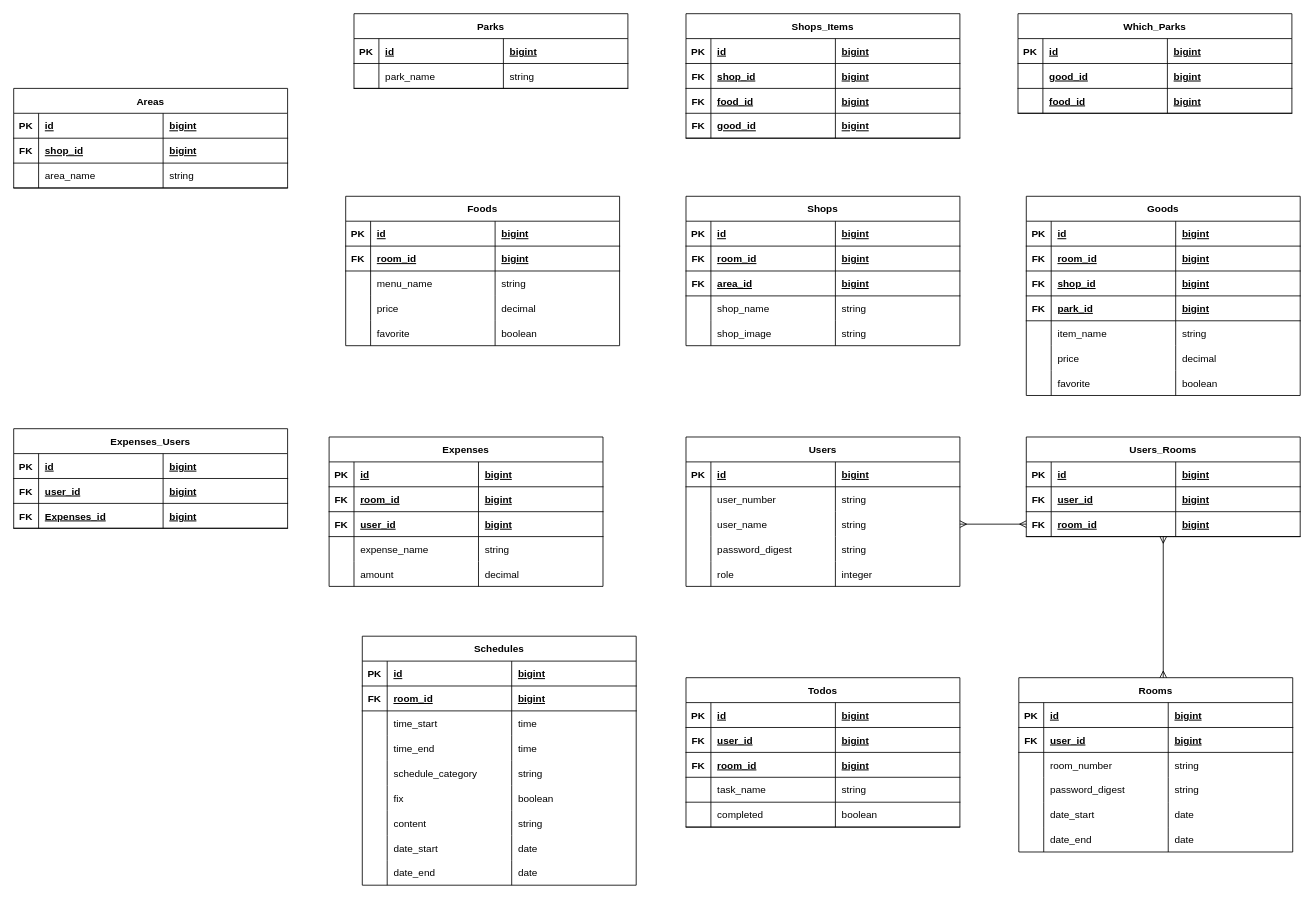
The draw.io diagram schedule_ER.dio in harumakimaki48/schedule, before the edit. Source tidied: cells renumbered, new cells numbered last; positions are measured from the earlier drawing's top-left corner, leaving out a move shared by most shapes. Both pictures are drawn from the tidied source at 83%, with x=0, y=0 at pixel (13, 13).
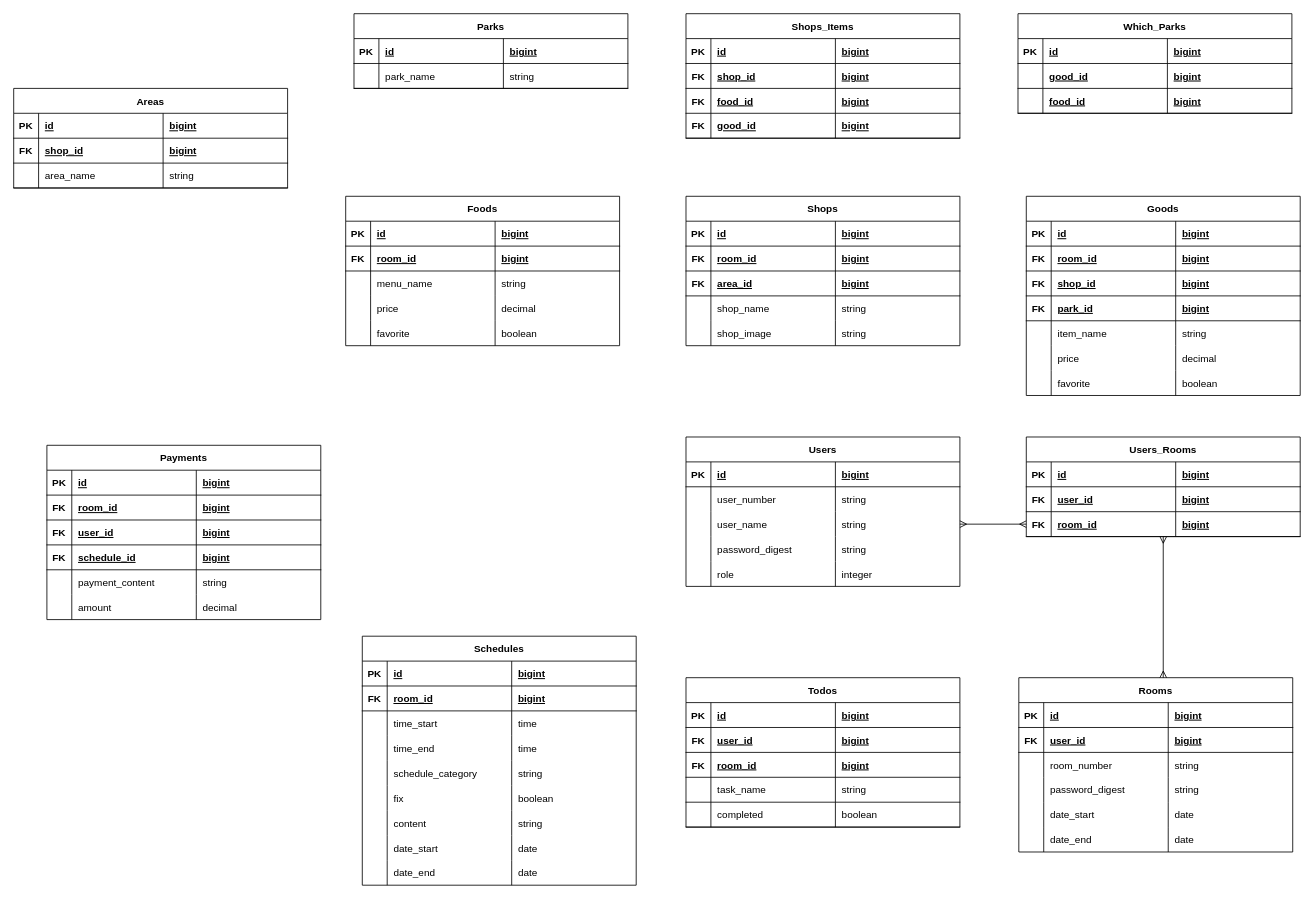
Above is the later version.

The edit, as a diff of the source:
```diff
@@
-    <mxCell id="135" value="Expenses" style="shape=table;startSize=30;childLayout=tableLayout;rowLines=0;fontStyle=1;align=center;" parent="1" vertex="1">
-      <mxGeometry x="380" y="510" width="330" height="180" as="geometry" />
+    <mxCell id="135" value="Payments" style="shape=table;startSize=30;childLayout=tableLayout;rowLines=0;fontStyle=1;align=center;" parent="1" vertex="1">
+      <mxGeometry x="40" y="520" width="330" height="210" as="geometry" />
     </mxCell>
@@
+    <mxCell id="280" style="shape=tableRow;horizontal=0;startSize=0;swimlaneHead=0;swimlaneBody=0;fillColor=none;top=0;left=0;right=0;bottom=1;" parent="135" vertex="1">
+      <mxGeometry y="120" width="330" height="30" as="geometry" />
+    </mxCell>
+    <mxCell id="281" value="FK" style="shape=partialRectangle;fillColor=none;top=0;left=0;bottom=0;right=0;fontStyle=1;overflow=hidden;" parent="280" vertex="1">
+      <mxGeometry width="30" height="30" as="geometry" />
+    </mxCell>
+    <mxCell id="282" value="schedule_id" style="shape=partialRectangle;fillColor=none;top=0;left=0;bottom=0;right=0;align=left;spacingLeft=6;fontStyle=5;overflow=hidden;" parent="280" vertex="1">
+      <mxGeometry x="30" width="150" height="30" as="geometry" />
+    </mxCell>
+    <mxCell id="283" value="bigint" style="shape=partialRectangle;fillColor=none;top=0;left=0;bottom=0;right=0;align=left;spacingLeft=6;fontStyle=5;overflow=hidden;" parent="280" vertex="1">
+      <mxGeometry x="180" width="150" height="30" as="geometry" />
+    </mxCell>
     <mxCell id="148" style="shape=tableRow;horizontal=0;startSize=0;swimlaneHead=0;swimlaneBody=0;fillColor=none;top=0;left=0;right=0;bottom=0;" parent="135" vertex="1">
-      <mxGeometry y="120" width="330" height="30" as="geometry" />
+      <mxGeometry y="150" width="330" height="30" as="geometry" />
     </mxCell>
@@
-    <mxCell id="150" value="expense_name" style="shape=partialRectangle;fillColor=none;top=0;left=0;bottom=0;right=0;align=left;spacingLeft=6;overflow=hidden;" parent="148" vertex="1">
+    <mxCell id="150" value="payment_content" style="shape=partialRectangle;fillColor=none;top=0;left=0;bottom=0;right=0;align=left;spacingLeft=6;overflow=hidden;" parent="148" vertex="1">
       <mxGeometry x="30" width="150" height="30" as="geometry" />
     </mxCell>
@@
     <mxCell id="152" style="shape=tableRow;horizontal=0;startSize=0;swimlaneHead=0;swimlaneBody=0;fillColor=none;top=0;left=0;right=0;bottom=0;" parent="135" vertex="1">
-      <mxGeometry y="150" width="330" height="30" as="geometry" />
+      <mxGeometry y="180" width="330" height="30" as="geometry" />
     </mxCell>
@@
-    <mxCell id="209" value="Expenses_Users" style="shape=table;startSize=30;childLayout=tableLayout;rowLines=0;fontStyle=1;align=center;" parent="1" vertex="1">
-      <mxGeometry y="500" width="330" height="120" as="geometry" />
-    </mxCell>
-    <mxCell id="210" style="shape=tableRow;horizontal=0;startSize=0;swimlaneHead=0;swimlaneBody=0;fillColor=none;top=0;left=0;right=0;bottom=1;" parent="209" vertex="1">
-      <mxGeometry y="30" width="330" height="30" as="geometry" />
-    </mxCell>
-    <mxCell id="211" value="PK" style="shape=partialRectangle;fillColor=none;top=0;left=0;bottom=0;right=0;fontStyle=1;overflow=hidden;" parent="210" vertex="1">
-      <mxGeometry width="30" height="30" as="geometry" />
-    </mxCell>
-    <mxCell id="212" value="id" style="shape=partialRectangle;fillColor=none;top=0;left=0;bottom=0;right=0;align=left;spacingLeft=6;fontStyle=5;overflow=hidden;" parent="210" vertex="1">
-      <mxGeometry x="30" width="150" height="30" as="geometry" />
-    </mxCell>
-    <mxCell id="213" value="bigint" style="shape=partialRectangle;fillColor=none;top=0;left=0;bottom=0;right=0;align=left;spacingLeft=6;fontStyle=5;overflow=hidden;" parent="210" vertex="1">
-      <mxGeometry x="180" width="150" height="30" as="geometry" />
-    </mxCell>
-    <mxCell id="214" style="shape=tableRow;horizontal=0;startSize=0;swimlaneHead=0;swimlaneBody=0;fillColor=none;top=0;left=0;right=0;bottom=1;" parent="209" vertex="1">
-      <mxGeometry y="60" width="330" height="30" as="geometry" />
-    </mxCell>
-    <mxCell id="215" value="FK" style="shape=partialRectangle;fillColor=none;top=0;left=0;bottom=0;right=0;fontStyle=1;overflow=hidden;" parent="214" vertex="1">
-      <mxGeometry width="30" height="30" as="geometry" />
-    </mxCell>
-    <mxCell id="216" value="user_id" style="shape=partialRectangle;fillColor=none;top=0;left=0;bottom=0;right=0;align=left;spacingLeft=6;fontStyle=5;overflow=hidden;" parent="214" vertex="1">
-      <mxGeometry x="30" width="150" height="30" as="geometry" />
-    </mxCell>
-    <mxCell id="217" value="bigint" style="shape=partialRectangle;fillColor=none;top=0;left=0;bottom=0;right=0;align=left;spacingLeft=6;fontStyle=5;overflow=hidden;" parent="214" vertex="1">
-      <mxGeometry x="180" width="150" height="30" as="geometry" />
-    </mxCell>
-    <mxCell id="218" style="shape=tableRow;horizontal=0;startSize=0;swimlaneHead=0;swimlaneBody=0;fillColor=none;top=0;left=0;right=0;bottom=1;" parent="209" vertex="1">
-      <mxGeometry y="90" width="330" height="30" as="geometry" />
-    </mxCell>
-    <mxCell id="219" value="FK" style="shape=partialRectangle;fillColor=none;top=0;left=0;bottom=0;right=0;fontStyle=1;overflow=hidden;" parent="218" vertex="1">
-      <mxGeometry width="30" height="30" as="geometry" />
-    </mxCell>
-    <mxCell id="220" value="Expenses_id" style="shape=partialRectangle;fillColor=none;top=0;left=0;bottom=0;right=0;align=left;spacingLeft=6;fontStyle=5;overflow=hidden;" parent="218" vertex="1">
-      <mxGeometry x="30" width="150" height="30" as="geometry" />
-    </mxCell>
-    <mxCell id="221" value="bigint" style="shape=partialRectangle;fillColor=none;top=0;left=0;bottom=0;right=0;align=left;spacingLeft=6;fontStyle=5;overflow=hidden;" parent="218" vertex="1">
-      <mxGeometry x="180" width="150" height="30" as="geometry" />
-    </mxCell>
```
